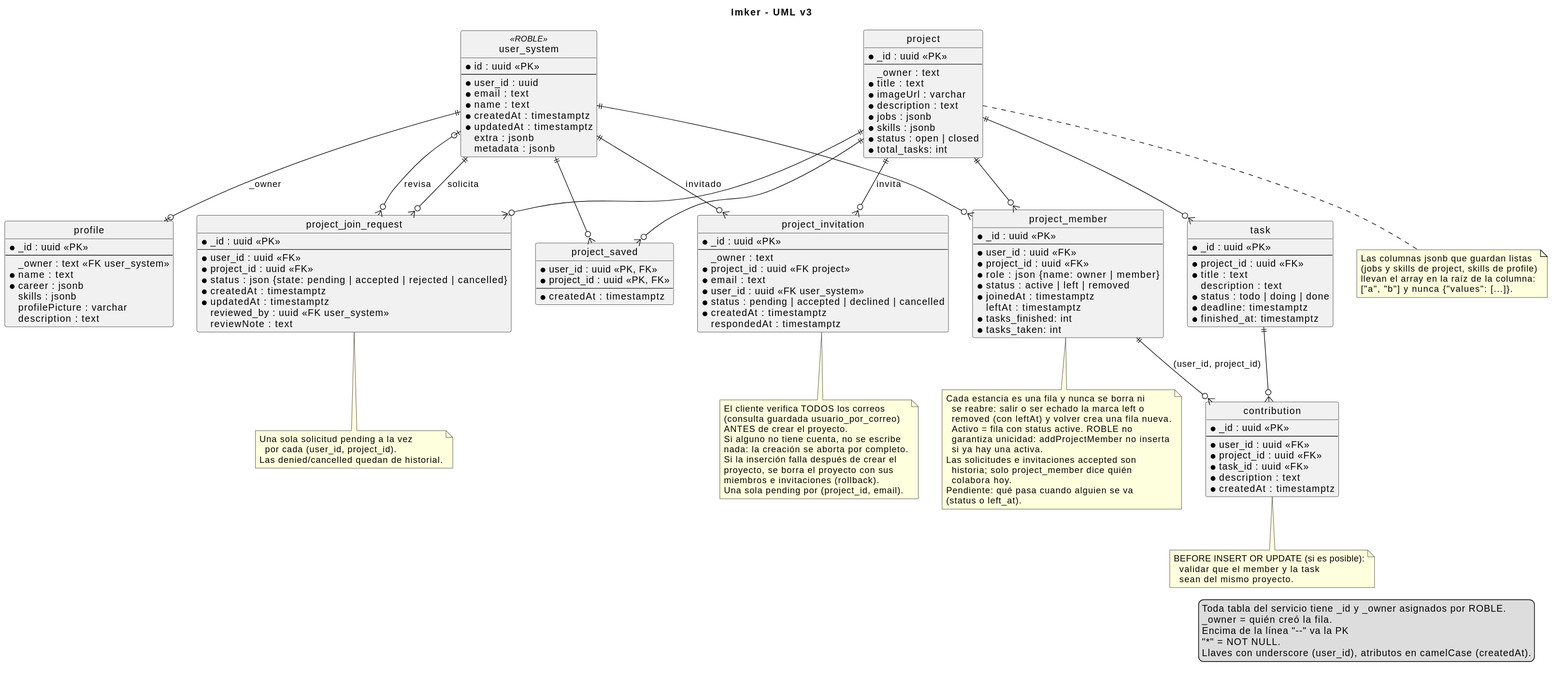
kicconsu/design-thinking keeps this PlantUML diagram as docs/db/class_diagram.svg. Above is the earlier version.
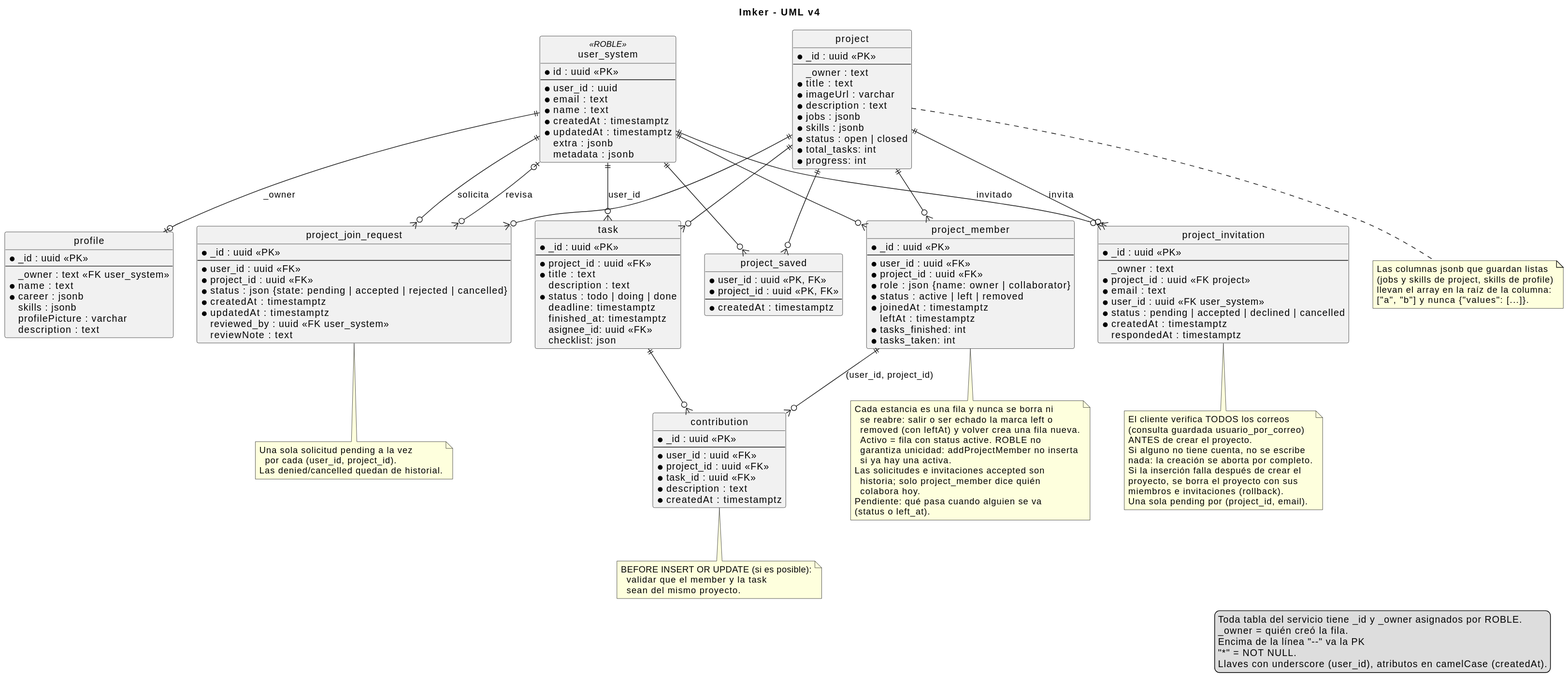
The same diagram one commit later.

Commit message:
docs: empalmar codigo con modelo

What changed in the source:
```diff
@@ -1,5 +1,5 @@
 @startuml
-title Imker - UML v3
+title Imker - UML v4
 
 hide circle
 skinparam shadowing false
@@ -46,6 +46,7 @@
 * skills : jsonb
 * status : open | closed
 * total_tasks: int
+* progress: int
 }
 
 note bottom of project
@@ -79,7 +80,7 @@
 --
 * user_id : uuid <<FK>>
 * project_id : uuid <<FK>>
-* role : json {name: owner | member}
+* role : json {name: owner | collaborator}
 * status : active | left | removed
 * joinedAt : timestamptz
   leftAt : timestamptz
@@ -106,8 +107,10 @@
 * title : text
   description : text
 * status : todo | doing | done
-* deadline: timestamptz
-* finished_at: timestamptz
+ deadline: timestamptz
+ finished_at: timestamptz
+ asignee_id: uuid <<FK>>
+ checklist: json
 }
 
 entity contribution  {
@@ -138,6 +141,7 @@
 project ||--o{ task
 
 project_member ||--o{ contribution : "(user_id, project_id)"
+user_system ||--o{ task: "user_id"
 task ||--o{ contribution
 
 note bottom of contribution
```
